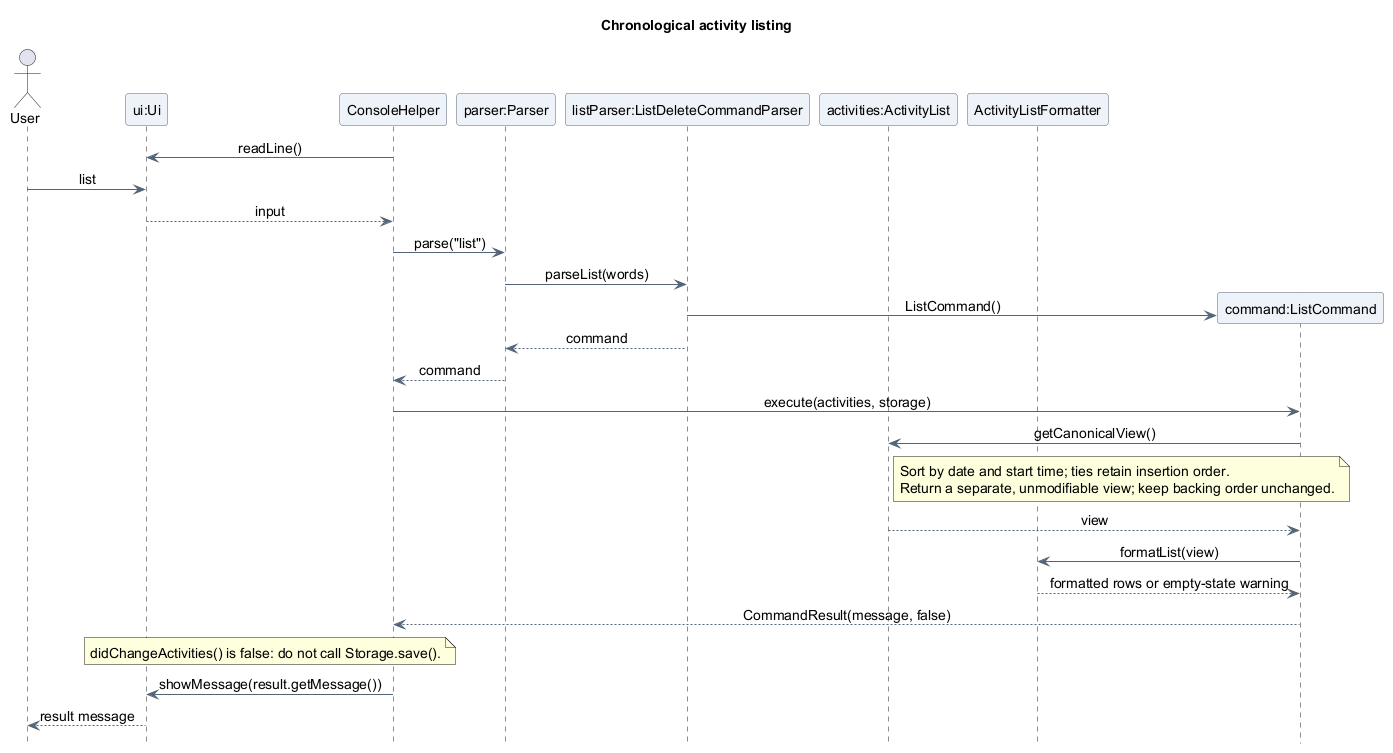
The PlantUML diagram docs/images/asyraf/sequence/ListActivitySequence.png in AY2627S1-CS2113-T10-4/tp, before a commit.
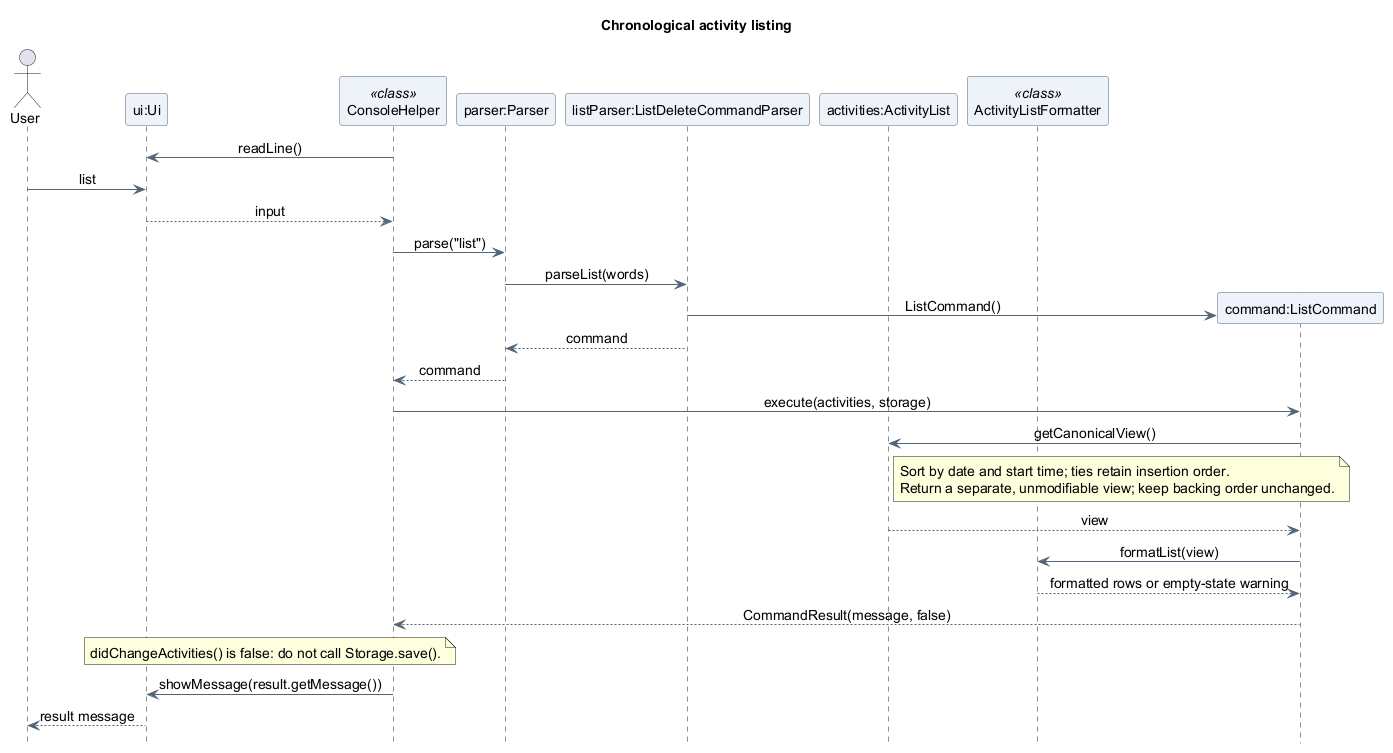
The same diagram one commit later.

Change to the diagram source:
```diff
@@ -12,11 +12,11 @@
 
 actor "User" as User
 participant "ui:Ui" as UI
-participant "ConsoleHelper" as Console
+participant "ConsoleHelper" as Console <<class>>
 participant "parser:Parser" as Parser
 participant "listParser:ListDeleteCommandParser" as ListParser
 participant "activities:ActivityList" as Activities
-participant "ActivityListFormatter" as Formatter
+participant "ActivityListFormatter" as Formatter <<class>>
 
 Console -> UI : readLine()
 User -> UI : list
```
